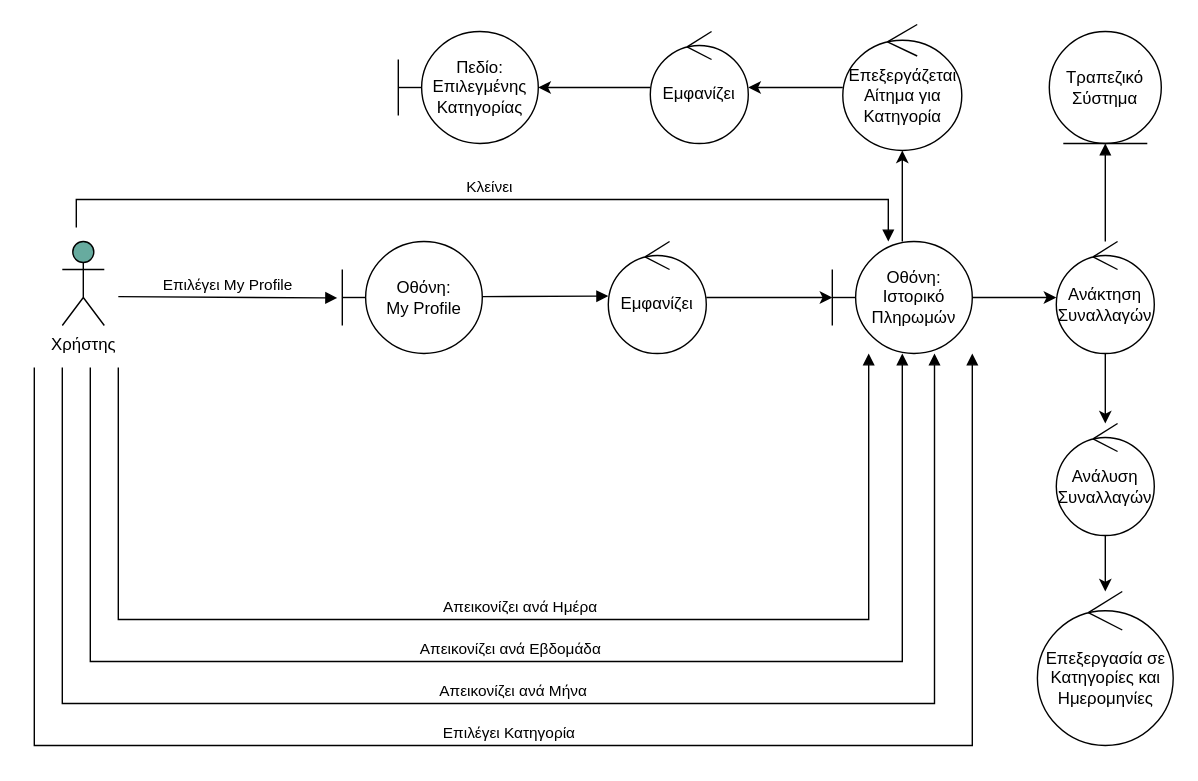
Earlier version of the draw.io diagram 3ο Παραδοτέο/11. History/history.drawio (VasilisKyriakos/financial-wallet). Source tidied: cells renumbered, new cells numbered last; positions are measured from the earlier drawing's top-left corner, leaving out a move shared by most shapes. Both pictures are drawn from the tidied source at 140%, with x=0, y=0 at pixel (34, 24).
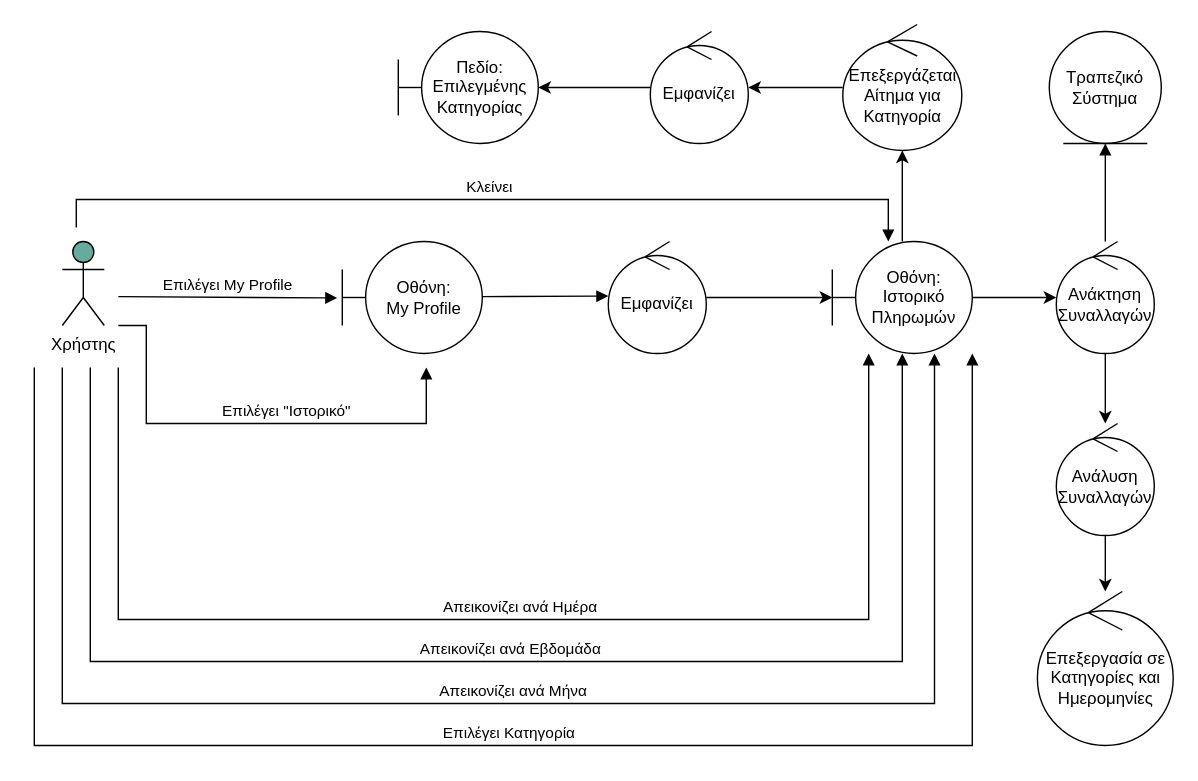
Above is the later version.

Commit message (it also covers changes not shown here):
Διόρθωση History

Change to the diagram source:
```diff
@@
+    <mxCell id="28" value="Επιλέγει &quot;Ιστορικό&quot;" style="html=1;verticalAlign=bottom;endArrow=block;rounded=0;" parent="1" edge="1">
+      <mxGeometry x="0.15" relative="1" as="geometry">
+        <mxPoint x="60" y="215" as="sourcePoint" />
+        <mxPoint x="280" y="245" as="targetPoint" />
+        <Array as="points">
+          <mxPoint x="80" y="215" />
+          <mxPoint x="80" y="285" />
+          <mxPoint x="280" y="285" />
+        </Array>
+      </mxGeometry>
+    </mxCell>
```
